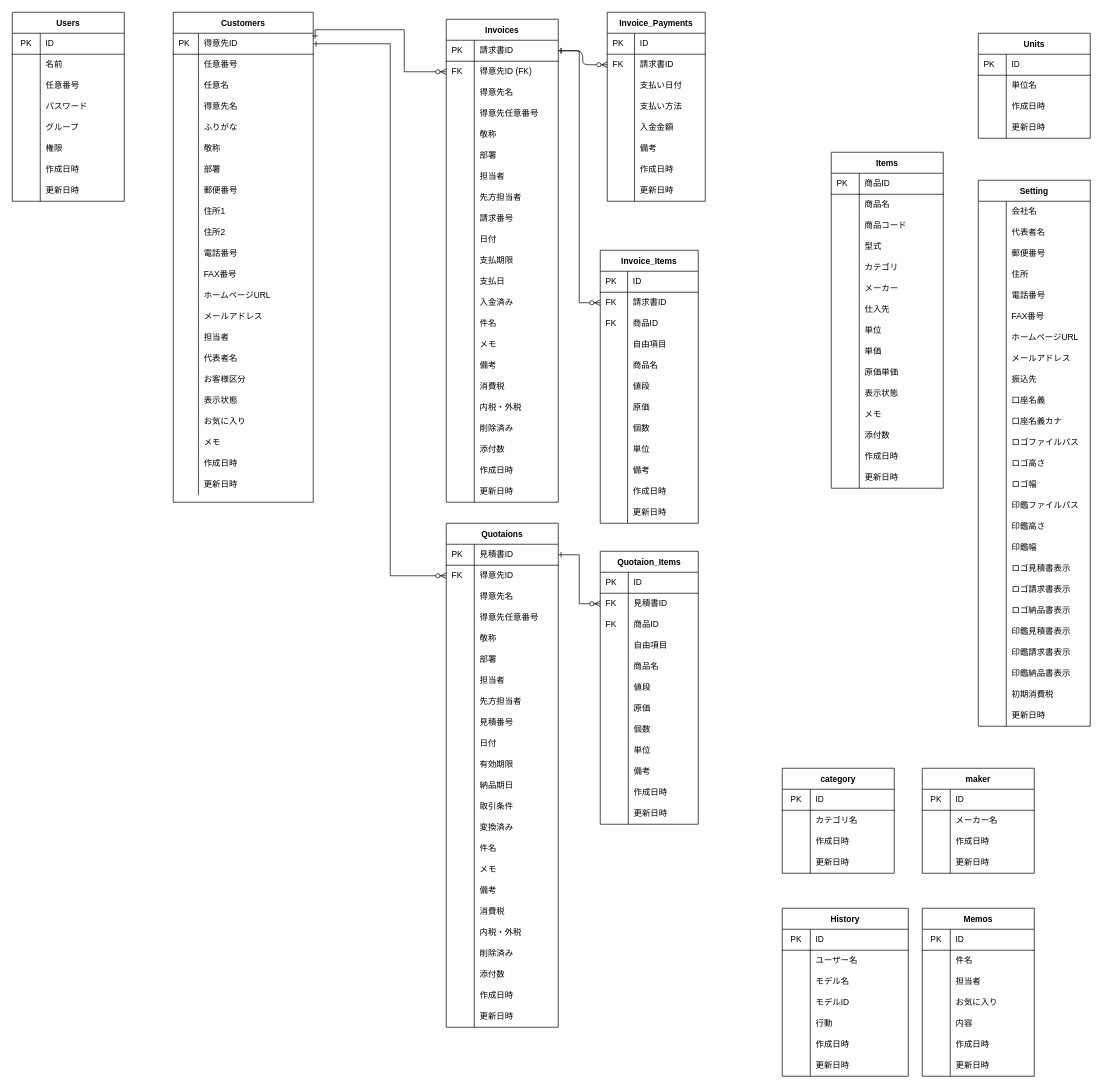
The draw.io diagram soho_er.dio in gamasenninn/caddie-clone, before the edit. Source tidied: cells renumbered, new cells numbered last; positions are measured from the earlier drawing's top-left corner, leaving out a move shared by most shapes. Both pictures are drawn from the tidied source at 70%, with x=0, y=0 at pixel (12, 12).
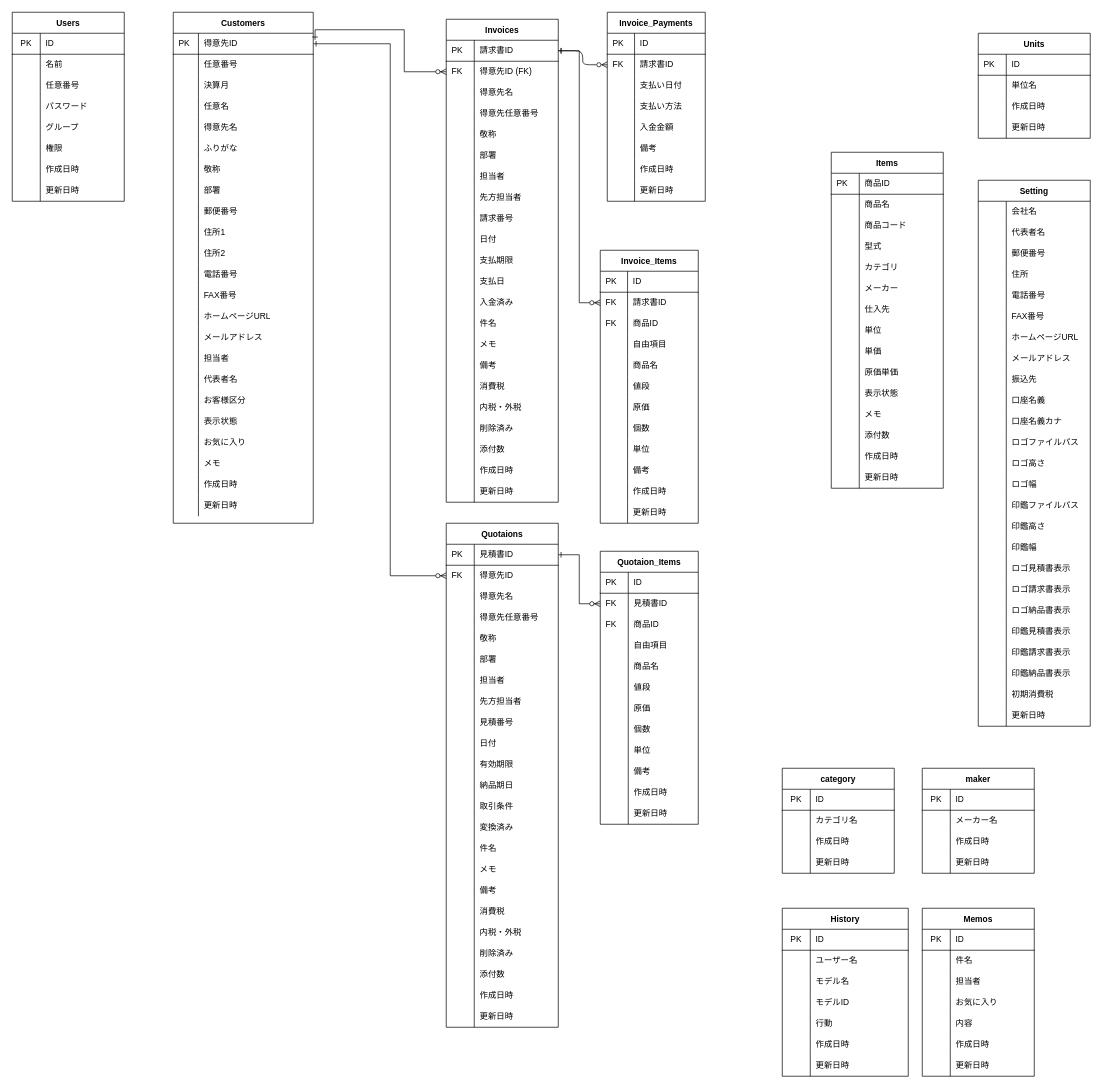
After the change.

Diff of the diagram source:
```diff
@@
     <mxCell id="2" value="Customers" style="shape=table;startSize=30;childLayout=tableLayout;rowLines=0;fontStyle=1;align=center;" parent="1" vertex="1">
-      <mxGeometry x="230" width="200" height="700" as="geometry" />
+      <mxGeometry x="230" width="200" height="730" as="geometry" />
     </mxCell>
@@
+    <mxCell id="540" style="shape=partialRectangle;html=1;whiteSpace=wrap;fillColor=none;top=0;left=0;bottom=0;right=0;" parent="2" vertex="1">
+      <mxGeometry y="90" width="200" height="30" as="geometry" />
+    </mxCell>
+    <mxCell id="541" style="shape=partialRectangle;html=1;whiteSpace=wrap;fillColor=none;top=0;left=0;bottom=0;right=0;align=left;spacingLeft=6;overflow=hidden;" parent="540" vertex="1">
+      <mxGeometry width="36" height="30" as="geometry" />
+    </mxCell>
+    <mxCell id="542" value="決算月" style="shape=partialRectangle;html=1;whiteSpace=wrap;fillColor=none;top=0;left=0;bottom=0;right=0;align=left;spacingLeft=6;overflow=hidden;" parent="540" vertex="1">
+      <mxGeometry x="36" width="164" height="30" as="geometry" />
+    </mxCell>
     <mxCell id="9" style="shape=partialRectangle;html=1;whiteSpace=wrap;fillColor=none;top=0;left=0;bottom=0;right=0;" parent="2" vertex="1">
-      <mxGeometry y="90" width="200" height="30" as="geometry" />
+      <mxGeometry y="120" width="200" height="30" as="geometry" />
     </mxCell>
@@
     <mxCell id="12" style="shape=partialRectangle;html=1;whiteSpace=wrap;fillColor=none;top=0;left=0;bottom=0;right=0;" parent="2" vertex="1">
-      <mxGeometry y="120" width="200" height="30" as="geometry" />
+      <mxGeometry y="150" width="200" height="30" as="geometry" />
     </mxCell>
@@
     <mxCell id="15" style="shape=partialRectangle;html=1;whiteSpace=wrap;fillColor=none;top=0;left=0;bottom=0;right=0;" parent="2" vertex="1">
-      <mxGeometry y="150" width="200" height="30" as="geometry" />
+      <mxGeometry y="180" width="200" height="30" as="geometry" />
     </mxCell>
@@
     <mxCell id="18" style="shape=partialRectangle;html=1;whiteSpace=wrap;fillColor=none;top=0;left=0;bottom=0;right=0;" parent="2" vertex="1">
-      <mxGeometry y="180" width="200" height="30" as="geometry" />
+      <mxGeometry y="210" width="200" height="30" as="geometry" />
     </mxCell>
@@
     <mxCell id="21" style="shape=partialRectangle;html=1;whiteSpace=wrap;fillColor=none;top=0;left=0;bottom=0;right=0;" parent="2" vertex="1">
-      <mxGeometry y="210" width="200" height="30" as="geometry" />
+      <mxGeometry y="240" width="200" height="30" as="geometry" />
     </mxCell>
@@
     <mxCell id="24" style="shape=partialRectangle;html=1;whiteSpace=wrap;fillColor=none;top=0;left=0;bottom=0;right=0;" parent="2" vertex="1">
-      <mxGeometry y="240" width="200" height="30" as="geometry" />
+      <mxGeometry y="270" width="200" height="30" as="geometry" />
     </mxCell>
@@
     <mxCell id="27" style="shape=partialRectangle;html=1;whiteSpace=wrap;fillColor=none;top=0;left=0;bottom=0;right=0;" parent="2" vertex="1">
-      <mxGeometry y="270" width="200" height="30" as="geometry" />
+      <mxGeometry y="300" width="200" height="30" as="geometry" />
     </mxCell>
@@
     <mxCell id="30" style="shape=partialRectangle;html=1;whiteSpace=wrap;fillColor=none;top=0;left=0;bottom=0;right=0;" parent="2" vertex="1">
-      <mxGeometry y="300" width="200" height="30" as="geometry" />
+      <mxGeometry y="330" width="200" height="30" as="geometry" />
     </mxCell>
@@
     <mxCell id="33" style="shape=partialRectangle;html=1;whiteSpace=wrap;fillColor=none;top=0;left=0;bottom=0;right=0;" parent="2" vertex="1">
-      <mxGeometry y="330" width="200" height="30" as="geometry" />
+      <mxGeometry y="360" width="200" height="30" as="geometry" />
     </mxCell>
@@
     <mxCell id="36" style="shape=partialRectangle;html=1;whiteSpace=wrap;fillColor=none;top=0;left=0;bottom=0;right=0;" parent="2" vertex="1">
-      <mxGeometry y="360" width="200" height="30" as="geometry" />
+      <mxGeometry y="390" width="200" height="30" as="geometry" />
     </mxCell>
@@
     <mxCell id="39" style="shape=partialRectangle;html=1;whiteSpace=wrap;fillColor=none;top=0;left=0;bottom=0;right=0;" parent="2" vertex="1">
-      <mxGeometry y="390" width="200" height="30" as="geometry" />
+      <mxGeometry y="420" width="200" height="30" as="geometry" />
     </mxCell>
@@
     <mxCell id="42" style="shape=partialRectangle;html=1;whiteSpace=wrap;fillColor=none;top=0;left=0;bottom=0;right=0;" parent="2" vertex="1">
-      <mxGeometry y="420" width="200" height="30" as="geometry" />
+      <mxGeometry y="450" width="200" height="30" as="geometry" />
     </mxCell>
@@
     <mxCell id="45" style="shape=partialRectangle;html=1;whiteSpace=wrap;fillColor=none;top=0;left=0;bottom=0;right=0;" parent="2" vertex="1">
-      <mxGeometry y="450" width="200" height="30" as="geometry" />
+      <mxGeometry y="480" width="200" height="30" as="geometry" />
     </mxCell>
@@
     <mxCell id="48" style="shape=partialRectangle;html=1;whiteSpace=wrap;fillColor=none;top=0;left=0;bottom=0;right=0;" parent="2" vertex="1">
-      <mxGeometry y="480" width="200" height="30" as="geometry" />
+      <mxGeometry y="510" width="200" height="30" as="geometry" />
     </mxCell>
@@
     <mxCell id="51" style="shape=partialRectangle;html=1;whiteSpace=wrap;fillColor=none;top=0;left=0;bottom=0;right=0;" parent="2" vertex="1">
-      <mxGeometry y="510" width="200" height="30" as="geometry" />
+      <mxGeometry y="540" width="200" height="30" as="geometry" />
     </mxCell>
@@
     <mxCell id="54" style="shape=partialRectangle;html=1;whiteSpace=wrap;fillColor=none;top=0;left=0;bottom=0;right=0;" parent="2" vertex="1">
-      <mxGeometry y="540" width="200" height="30" as="geometry" />
+      <mxGeometry y="570" width="200" height="30" as="geometry" />
     </mxCell>
@@
     <mxCell id="57" style="shape=partialRectangle;html=1;whiteSpace=wrap;fillColor=none;top=0;left=0;bottom=0;right=0;" parent="2" vertex="1">
-      <mxGeometry y="570" width="200" height="30" as="geometry" />
+      <mxGeometry y="600" width="200" height="30" as="geometry" />
     </mxCell>
@@
     <mxCell id="60" style="shape=partialRectangle;html=1;whiteSpace=wrap;fillColor=none;top=0;left=0;bottom=0;right=0;" parent="2" vertex="1">
-      <mxGeometry y="600" width="200" height="30" as="geometry" />
+      <mxGeometry y="630" width="200" height="30" as="geometry" />
     </mxCell>
@@
     <mxCell id="63" style="shape=partialRectangle;html=1;whiteSpace=wrap;fillColor=none;top=0;left=0;bottom=0;right=0;" parent="2" vertex="1">
-      <mxGeometry y="630" width="200" height="30" as="geometry" />
+      <mxGeometry y="660" width="200" height="30" as="geometry" />
     </mxCell>
@@
     <mxCell id="66" style="shape=partialRectangle;html=1;whiteSpace=wrap;fillColor=none;top=0;left=0;bottom=0;right=0;" parent="2" vertex="1">
-      <mxGeometry y="660" width="200" height="30" as="geometry" />
+      <mxGeometry y="690" width="200" height="30" as="geometry" />
     </mxCell>
```
